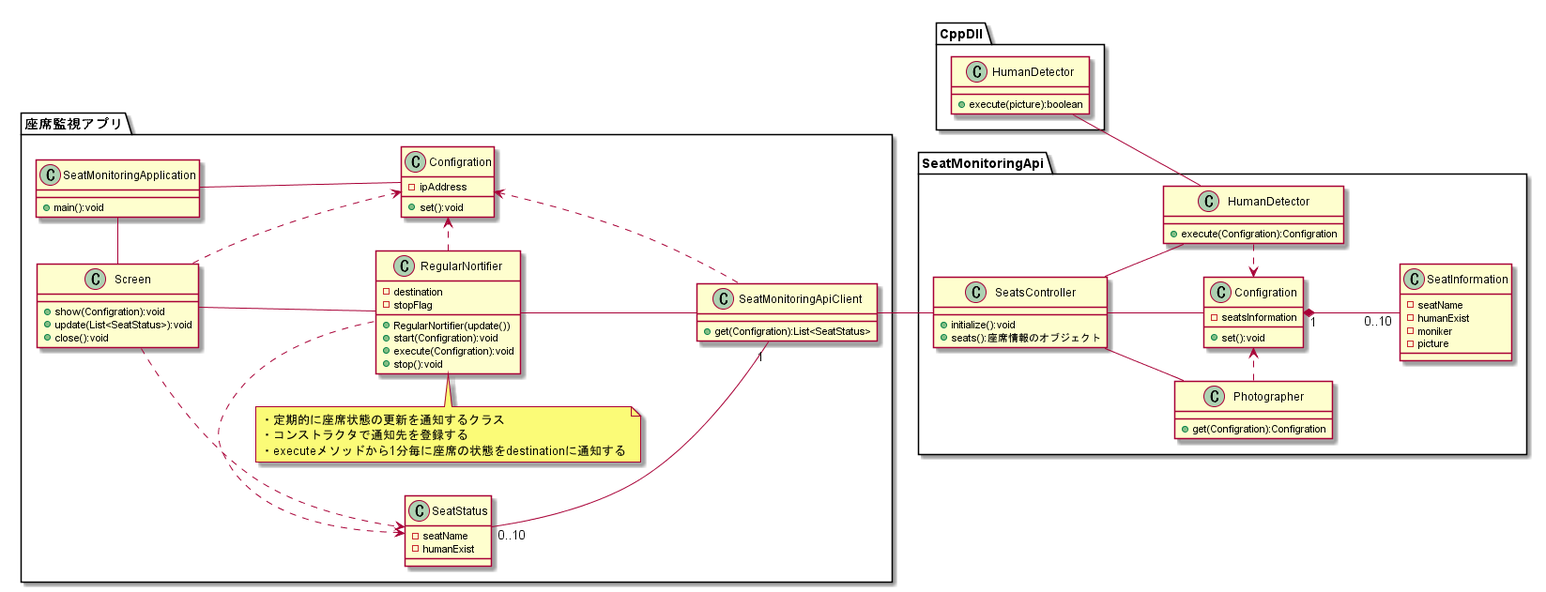
Before: doc/詳細設計/詳細設計書/構成図/クラス図.png, a diagram exported from PlantUML (KeisukeSugita/Seat-monitoring-system).
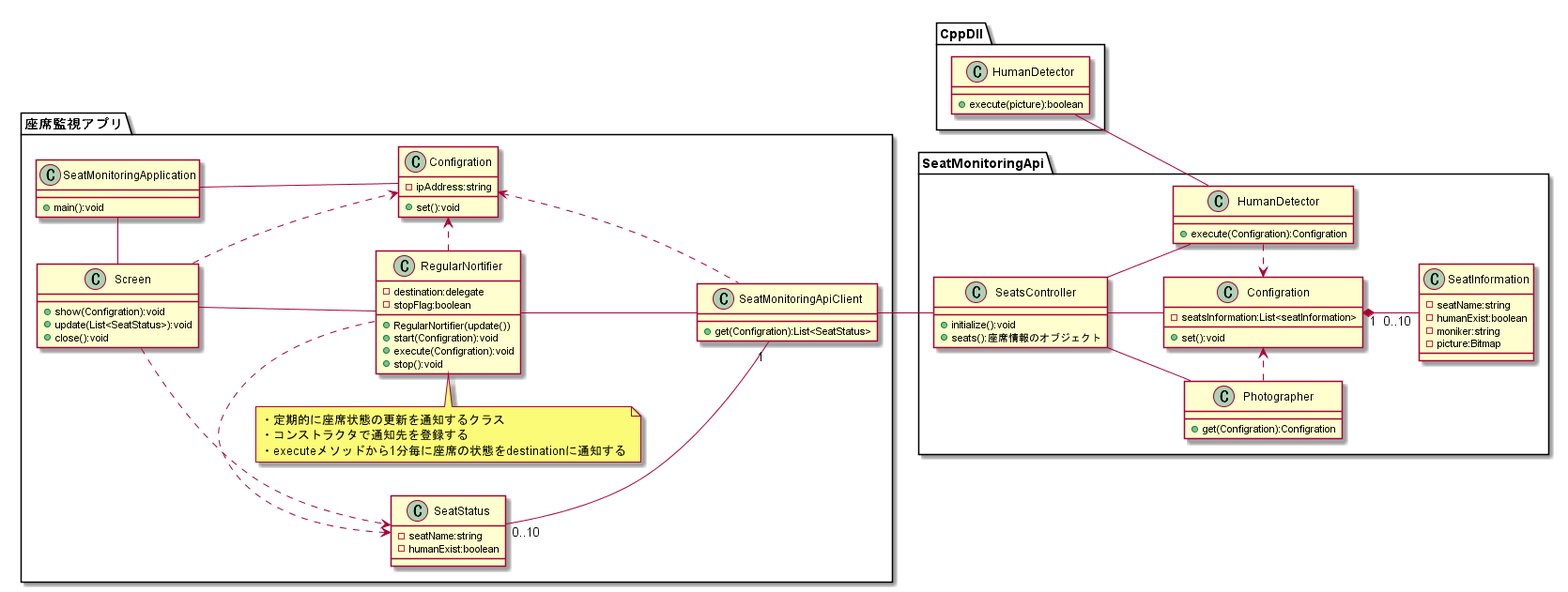
The same file after the commit.

What changed in the source:
```diff
@@ -7,7 +7,7 @@
     }
 
     class "Configration" as ClientConfigration {
-		- ipAddress
+		- ipAddress:string
         + set():void
     }
 
@@ -22,8 +22,8 @@
     }
 
     class "RegularNortifier" as RegularNortifier {
-        - destination
-        - stopFlag
+        - destination:delegate
+        - stopFlag:boolean
         + RegularNortifier(update())
         + start(Configration):void
         + execute(Configration):void
@@ -36,8 +36,8 @@
         end note
 
     class "SeatStatus" as SeatStatus {
-        - seatName
-        - humanExist
+        - seatName:string
+        - humanExist:boolean
     }
 }
 
@@ -48,7 +48,7 @@
     }
 
     class "Configration" as ServerConfigration {
-        - seatsInformation
+        - seatsInformation:List<seatInformation>
         + set():void
     }
 
@@ -57,10 +57,10 @@
     }
 
     class "SeatInformation" as SeatInformation {
-        - seatName
-        - humanExist
-        - moniker
-        - picture
+        - seatName:string
+        - humanExist:boolean
+        - moniker:string
+        - picture:Bitmap
     }
 
     class "HumanDetector" as CsHumanDetector {
```
